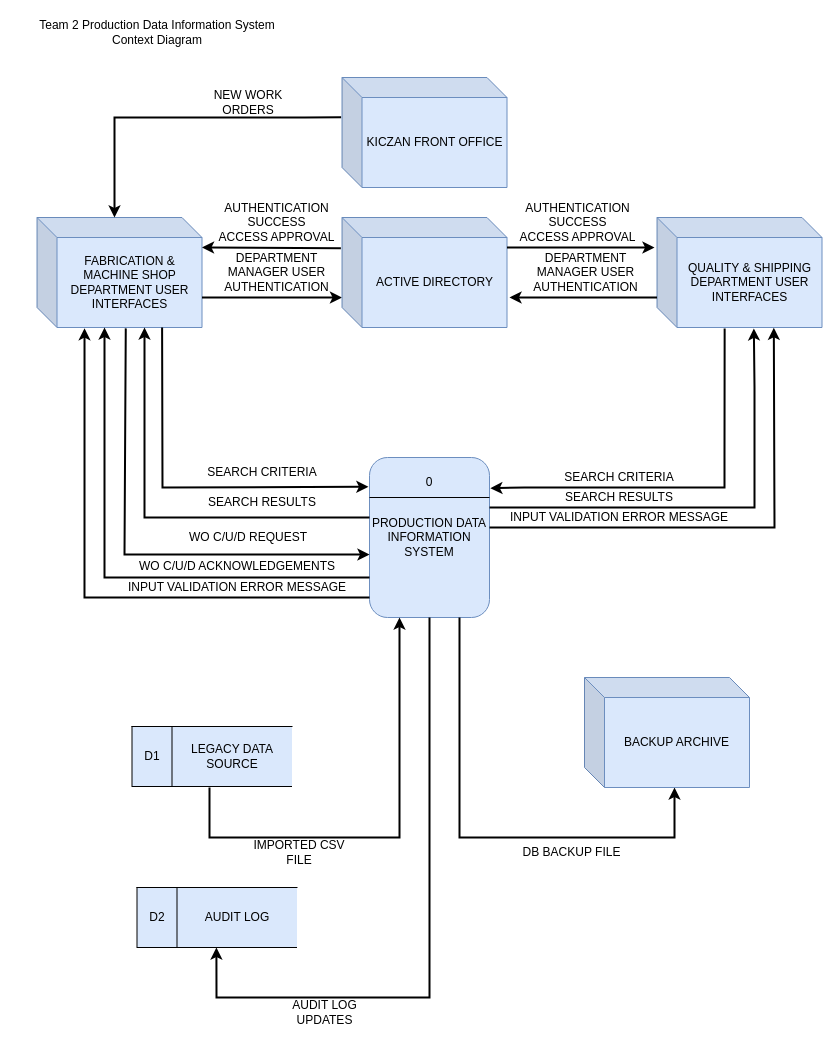
This is PRODUCTION_SYSTEM_CONTEXT_DIAGRAM.drawio from JrST90/Team2CapstoneProject, a draw.io file, before an edit. Source tidied: cells renumbered, new cells numbered last; positions are measured from the earlier drawing's top-left corner, leaving out a move shared by most shapes. Both pictures are drawn from the tidied source at 100%, with x=0, y=0 at pixel (16, 17).
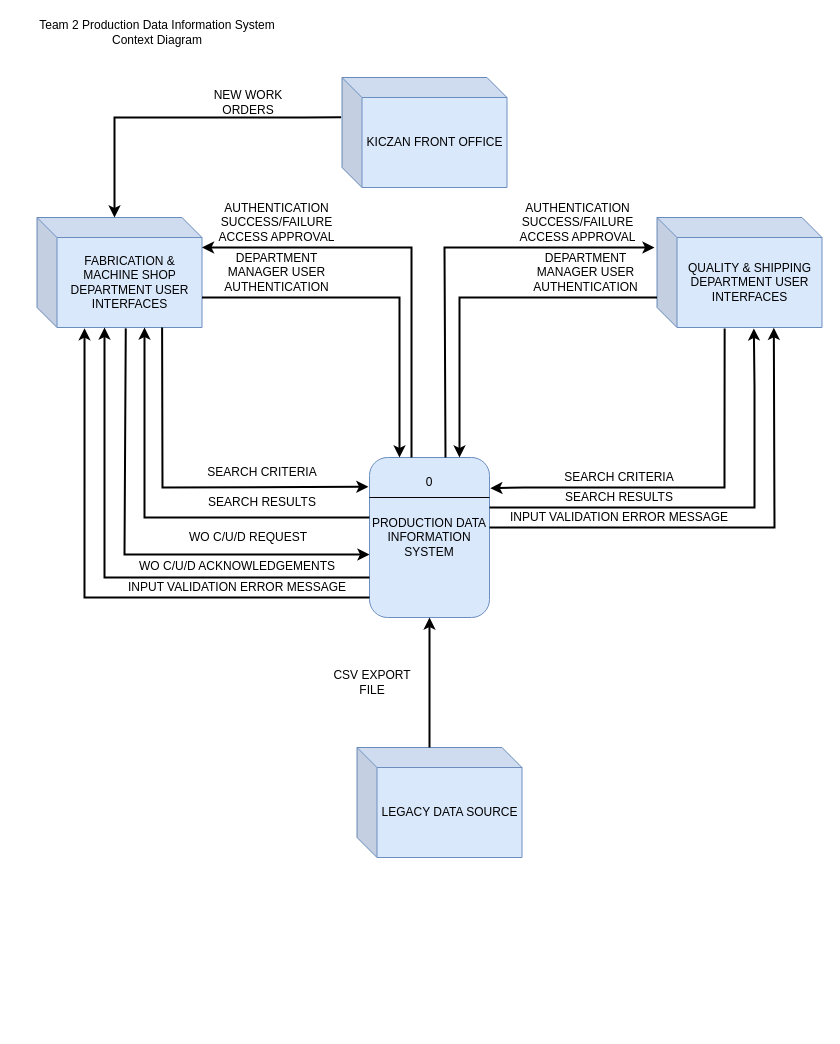
Above is the later version.

Commit message (it also covers changes not shown here):
Updates to Context Diagram

Updates to Context Diagram from Feedback dated 10-17-25

Unchanged cells that the change refers to:
```xml
<mxCell id="2" value="PRODUCTION DATA INFORMATION SYSTEM" style="rounded=1;whiteSpace=wrap;html=1;fillColor=#dae8fc;strokeColor=#6c8ebf;" parent="1" vertex="1">
  <mxGeometry x="353" y="440" width="120" height="160" as="geometry" />
</mxCell>
```

The edit, as a diff of the source:
```diff
@@
-    <mxCell id="12" style="shape=partialRectangle;whiteSpace=wrap;html=1;bottom=0;right=0;fillColor=#dae8fc;strokeColor=#000000;" parent="1" vertex="1">
-      <mxGeometry x="115.5" y="709" width="160" height="60" as="geometry" />
-    </mxCell>
-    <mxCell id="13" style="endArrow=none;html=1;rounded=0;exitX=0;exitY=1;exitDx=0;exitDy=0;entryX=1;entryY=1;entryDx=0;entryDy=0;" parent="1" edge="1" source="12" target="12">
-      <mxGeometry relative="1" as="geometry" />
-    </mxCell>
-    <mxCell id="14" style="endArrow=none;html=1;rounded=0;entryX=0.25;entryY=0;entryDx=0;entryDy=0;" parent="1" edge="1" target="12">
-      <mxGeometry relative="1" as="geometry">
-        <mxPoint x="155.5" y="769" as="sourcePoint" />
-      </mxGeometry>
-    </mxCell>
-    <mxCell id="15" value="D1" style="text;html=1;align=center;verticalAlign=middle;whiteSpace=wrap;rounded=0;" parent="1" vertex="1">
-      <mxGeometry x="125.5" y="724" width="20" height="30" as="geometry" />
-    </mxCell>
-    <mxCell id="16" value="LEGACY DATA SOURCE" style="text;html=1;align=center;verticalAlign=middle;whiteSpace=wrap;rounded=0;" parent="1" vertex="1">
-      <mxGeometry x="160.5" y="724" width="110" height="30" as="geometry" />
-    </mxCell>
@@
-    <mxCell id="21" style="endArrow=classic;html=1;rounded=0;entryX=0.25;entryY=1;entryDx=0;entryDy=0;strokeWidth=2;" parent="1" edge="1" target="2">
-      <mxGeometry relative="1" as="geometry">
-        <mxPoint x="193" y="770" as="sourcePoint" />
-        <Array as="points">
-          <mxPoint x="193" y="820" />
-          <mxPoint x="383" y="820" />
-        </Array>
-      </mxGeometry>
-    </mxCell>
-    <mxCell id="22" value="IMPORTED CSV FILE" style="text;html=1;align=center;verticalAlign=middle;whiteSpace=wrap;rounded=0;" parent="1" vertex="1">
-      <mxGeometry x="233" y="820" width="100" height="30" as="geometry" />
+    <mxCell id="22" value="CSV EXPORT FILE" style="text;html=1;align=center;verticalAlign=middle;whiteSpace=wrap;rounded=0;" parent="1" vertex="1">
+      <mxGeometry x="305.5" y="650" width="100" height="30" as="geometry" />
     </mxCell>
-    <mxCell id="23" style="endArrow=classic;html=1;rounded=0;exitX=0.75;exitY=1;exitDx=0;exitDy=0;strokeWidth=2;" parent="1" edge="1" source="2">
-      <mxGeometry relative="1" as="geometry">
-        <mxPoint x="658" y="770" as="targetPoint" />
-        <Array as="points">
-          <mxPoint x="443" y="820" />
-          <mxPoint x="558" y="820" />
-          <mxPoint x="658" y="820" />
-        </Array>
-      </mxGeometry>
-    </mxCell>
-    <mxCell id="24" value="DB BACKUP FILE" style="text;html=1;align=center;verticalAlign=middle;whiteSpace=wrap;rounded=0;" parent="1" vertex="1">
-      <mxGeometry x="473" y="820" width="165" height="30" as="geometry" />
-    </mxCell>
-    <mxCell id="25" style="endArrow=classic;html=1;rounded=0;strokeWidth=2;entryX=0.999;entryY=0.357;entryDx=0;entryDy=0;entryPerimeter=0;" parent="1" edge="1">
+    <mxCell id="25" style="endArrow=classic;html=1;rounded=0;strokeWidth=2;entryX=0.999;entryY=0.357;entryDx=0;entryDy=0;entryPerimeter=0;exitX=0.35;exitY=0;exitDx=0;exitDy=0;exitPerimeter=0;" parent="1" edge="1" source="2">
       <mxGeometry relative="1" as="geometry">
-        <mxPoint x="324.4" y="230.7" as="sourcePoint" />
         <mxPoint x="185.5" y="230" as="targetPoint" />
+        <Array as="points">
+          <mxPoint x="395" y="230" />
+        </Array>
       </mxGeometry>
     </mxCell>
-    <mxCell id="26" style="endArrow=classic;html=1;rounded=0;strokeWidth=2;" parent="1" edge="1">
+    <mxCell id="26" style="endArrow=classic;html=1;rounded=0;strokeWidth=2;entryX=0.25;entryY=0;entryDx=0;entryDy=0;" parent="1" edge="1" target="2">
       <mxGeometry relative="1" as="geometry">
         <mxPoint x="185.5" y="280" as="sourcePoint" />
-        <mxPoint x="325.5" y="280" as="targetPoint" />
+        <Array as="points">
+          <mxPoint x="383" y="280" />
+        </Array>
       </mxGeometry>
     </mxCell>
-    <mxCell id="27" value="AUTHENTICATION SUCCESS&lt;div&gt;ACCESS APPROVAL&lt;/div&gt;" style="text;html=1;align=center;verticalAlign=middle;whiteSpace=wrap;rounded=0;" parent="1" vertex="1">
+    <mxCell id="27" value="AUTHENTICATION SUCCESS/FAILURE&lt;div&gt;ACCESS APPROVAL&lt;/div&gt;" style="text;html=1;align=center;verticalAlign=middle;whiteSpace=wrap;rounded=0;" parent="1" vertex="1">
       <mxGeometry x="188" y="190" width="145" height="30" as="geometry" />
     </mxCell>
@@
-    <mxCell id="29" value="ACTIVE DIRECTORY" style="shape=cube;whiteSpace=wrap;html=1;boundedLbl=1;backgroundOutline=1;darkOpacity=0.05;darkOpacity2=0.1;strokeWidth=1;fillColor=#dae8fc;strokeColor=#6c8ebf;" parent="1" vertex="1">
-      <mxGeometry x="325.5" y="200" width="165" height="110" as="geometry" />
-    </mxCell>
@@
-    <mxCell id="31" value="BACKUP ARCHIVE" style="shape=cube;whiteSpace=wrap;html=1;boundedLbl=1;backgroundOutline=1;darkOpacity=0.05;darkOpacity2=0.1;strokeWidth=1;fillColor=#dae8fc;strokeColor=#6c8ebf;" parent="1" vertex="1">
-      <mxGeometry x="568" y="660" width="165" height="110" as="geometry" />
+    <mxCell id="31" value="LEGACY DATA SOURCE" style="shape=cube;whiteSpace=wrap;html=1;boundedLbl=1;backgroundOutline=1;darkOpacity=0.05;darkOpacity2=0.1;strokeWidth=1;fillColor=#dae8fc;strokeColor=#6c8ebf;" parent="1" vertex="1">
+      <mxGeometry x="340.5" y="730" width="165" height="110" as="geometry" />
     </mxCell>
@@
-    <mxCell id="36" style="shape=partialRectangle;whiteSpace=wrap;html=1;bottom=0;right=0;fillColor=#dae8fc;strokeColor=#000000;" parent="1" vertex="1">
-      <mxGeometry x="120.5" y="870" width="160" height="60" as="geometry" />
-    </mxCell>
-    <mxCell id="37" style="endArrow=none;html=1;rounded=0;exitX=0;exitY=1;exitDx=0;exitDy=0;entryX=1;entryY=1;entryDx=0;entryDy=0;" parent="1" edge="1" source="36" target="36">
-      <mxGeometry relative="1" as="geometry" />
-    </mxCell>
-    <mxCell id="38" style="endArrow=none;html=1;rounded=0;entryX=0.25;entryY=0;entryDx=0;entryDy=0;" parent="1" edge="1" target="36">
-      <mxGeometry relative="1" as="geometry">
-        <mxPoint x="160.5" y="930" as="sourcePoint" />
-      </mxGeometry>
-    </mxCell>
-    <mxCell id="39" value="D2" style="text;html=1;align=center;verticalAlign=middle;whiteSpace=wrap;rounded=0;" parent="1" vertex="1">
-      <mxGeometry x="130.5" y="885" width="20" height="30" as="geometry" />
-    </mxCell>
-    <mxCell id="40" value="AUDIT LOG" style="text;html=1;align=center;verticalAlign=middle;whiteSpace=wrap;rounded=0;" parent="1" vertex="1">
-      <mxGeometry x="165.5" y="885" width="110" height="30" as="geometry" />
-    </mxCell>
-    <mxCell id="41" style="endArrow=classic;html=1;rounded=0;strokeWidth=2;exitX=0.5;exitY=1;exitDx=0;exitDy=0;" parent="1" edge="1" source="2">
-      <mxGeometry relative="1" as="geometry">
-        <mxPoint x="199.9" y="930" as="targetPoint" />
-        <Array as="points">
-          <mxPoint x="413" y="980" />
-          <mxPoint x="200" y="980" />
-        </Array>
-      </mxGeometry>
-    </mxCell>
-    <mxCell id="42" value="AUDIT LOG UPDATES" style="text;html=1;align=center;verticalAlign=middle;whiteSpace=wrap;rounded=0;" parent="1" vertex="1">
-      <mxGeometry x="270.5" y="980" width="75" height="30" as="geometry" />
-    </mxCell>
@@
     <mxCell id="49" style="endArrow=classic;html=1;rounded=0;strokeWidth=2;" parent="1" edge="1">
       <mxGeometry relative="1" as="geometry">
-        <mxPoint x="490.5" y="230" as="sourcePoint" />
+        <mxPoint x="429" y="440" as="sourcePoint" />
         <mxPoint x="638" y="230" as="targetPoint" />
+        <Array as="points">
+          <mxPoint x="428" y="230" />
+        </Array>
       </mxGeometry>
     </mxCell>
-    <mxCell id="50" value="AUTHENTICATION SUCCESS&lt;div&gt;ACCESS APPROVAL&lt;/div&gt;" style="text;html=1;align=center;verticalAlign=middle;whiteSpace=wrap;rounded=0;" parent="1" vertex="1">
+    <mxCell id="50" value="AUTHENTICATION SUCCESS/FAILURE&lt;div&gt;ACCESS APPROVAL&lt;/div&gt;" style="text;html=1;align=center;verticalAlign=middle;whiteSpace=wrap;rounded=0;" parent="1" vertex="1">
       <mxGeometry x="489.2" y="190" width="145" height="30" as="geometry" />
     </mxCell>
-    <mxCell id="51" style="endArrow=classic;html=1;rounded=0;strokeWidth=2;" parent="1" edge="1">
+    <mxCell id="51" style="endArrow=classic;html=1;rounded=0;strokeWidth=2;entryX=0.75;entryY=0;entryDx=0;entryDy=0;" parent="1" edge="1" target="2">
       <mxGeometry relative="1" as="geometry">
         <mxPoint x="640.5" y="280" as="sourcePoint" />
-        <mxPoint x="493" y="280" as="targetPoint" />
+        <Array as="points">
+          <mxPoint x="443" y="280" />
+        </Array>
       </mxGeometry>
     </mxCell>
@@
+    <mxCell id="53" style="endArrow=classic;html=1;rounded=0;entryX=0.5;entryY=1;entryDx=0;entryDy=0;exitX=0;exitY=0;exitDx=72.5;exitDy=0;exitPerimeter=0;strokeWidth=2;" parent="1" edge="1" source="31" target="2">
+      <mxGeometry relative="1" as="geometry" />
+    </mxCell>
```
